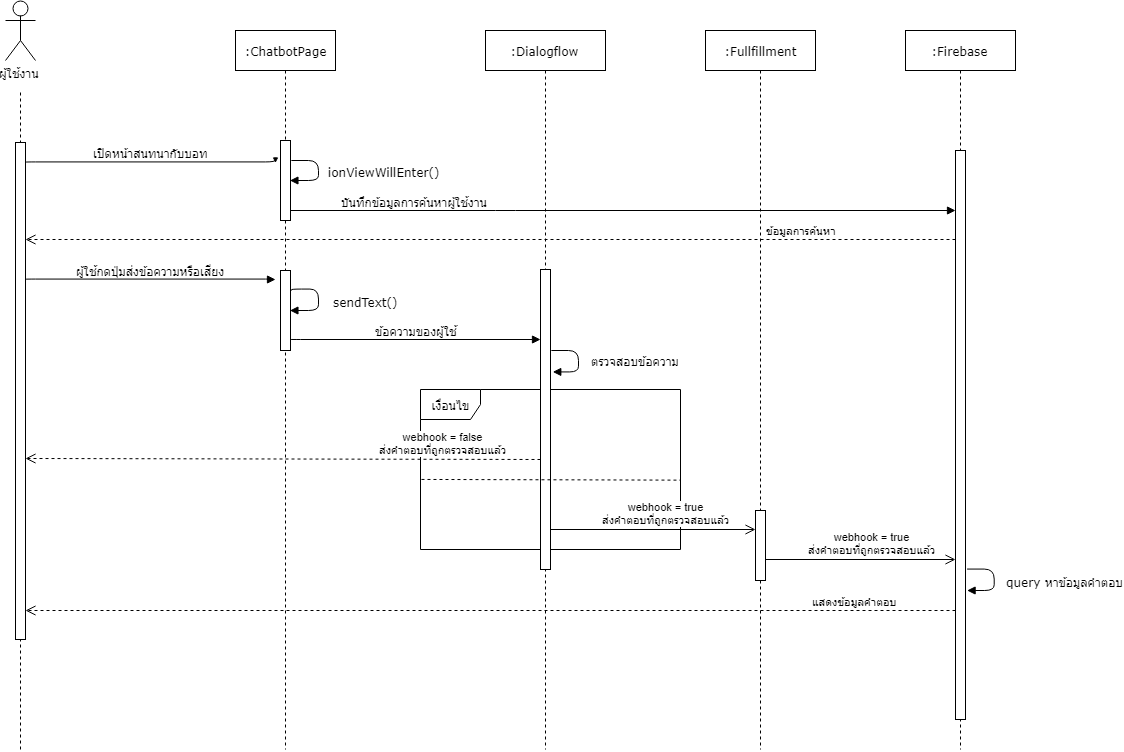
Inwfour/Latex keeps this draw.io diagram as Document/Latex/Figures/3/Sequence/chatbot.png. Above is the earlier version. Source tidied: cells renumbered, new cells last; positions are measured from the earlier drawing's top-left corner, leaving out a move shared by most shapes.
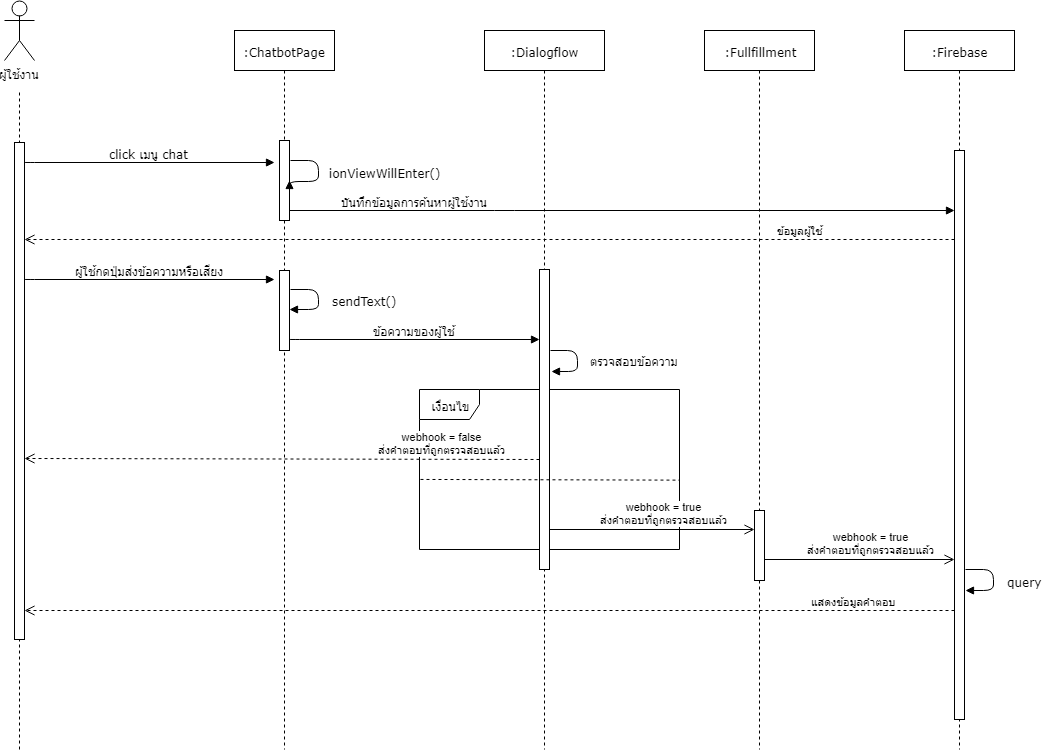
Above is the later version.

The edit, as a diff of the source:
```diff
@@ -29,7 +29,7 @@
     <mxCell id="9" style="html=1;perimeter=orthogonalPerimeter;rounded=0;shadow=0;comic=0;labelBackgroundColor=none;strokeColor=#000000;strokeWidth=1;fillColor=#FFFFFF;fontFamily=Verdana;fontSize=12;fontColor=#000000;align=center;" parent="8" vertex="1">
       <mxGeometry x="50" y="480" width="10" height="70" as="geometry" />
     </mxCell>
-    <mxCell id="10" value="เปิดหน้าสนทนากับบอท" style="html=1;verticalAlign=bottom;endArrow=block;labelBackgroundColor=none;fontFamily=Verdana;fontSize=12;edgeStyle=elbowEdgeStyle;elbow=vertical;" parent="1" edge="1">
+    <mxCell id="10" value="click เมนู chat" style="html=1;verticalAlign=bottom;endArrow=block;labelBackgroundColor=none;fontFamily=Verdana;fontSize=12;edgeStyle=elbowEdgeStyle;elbow=vertical;" parent="1" edge="1">
       <mxGeometry relative="1" as="geometry">
         <mxPoint x="20" y="161.9" as="sourcePoint" />
         <mxPoint x="270" y="162" as="targetPoint" />
@@ -64,7 +64,7 @@
         <mxPoint x="67" y="67" as="offset" />
       </mxGeometry>
     </mxCell>
-    <mxCell id="16" value="ข้อมูลการค้นหา" style="html=1;verticalAlign=bottom;endArrow=open;dashed=1;endSize=8;" parent="1" edge="1" target="13">
+    <mxCell id="16" value="ข้อมูลผู้ใช้" style="html=1;verticalAlign=bottom;endArrow=open;dashed=1;endSize=8;" parent="1" edge="1" target="13">
       <mxGeometry x="-0.67" relative="1" as="geometry">
         <mxPoint x="950" y="239" as="sourcePoint" />
       </mxGeometry>
@@ -135,14 +135,14 @@
         <mxPoint x="950" y="559" as="targetPoint" />
       </mxGeometry>
     </mxCell>
-    <mxCell id="27" value="query หาข้อมูลคำตอบ" style="html=1;verticalAlign=bottom;endArrow=block;labelBackgroundColor=none;fontFamily=Verdana;fontSize=12;edgeStyle=orthogonalEdgeStyle;elbow=vertical;exitX=1.183;exitY=0.2;exitDx=0;exitDy=0;exitPerimeter=0;entryX=1.109;entryY=0.773;entryDx=0;entryDy=0;entryPerimeter=0;" parent="1" edge="1" target="23">
-      <mxGeometry x="0.27" y="-71" relative="1" as="geometry">
+    <mxCell id="27" value="query" style="html=1;verticalAlign=bottom;endArrow=block;labelBackgroundColor=none;fontFamily=Verdana;fontSize=12;edgeStyle=orthogonalEdgeStyle;elbow=vertical;exitX=1.183;exitY=0.2;exitDx=0;exitDy=0;exitPerimeter=0;entryX=1.109;entryY=0.773;entryDx=0;entryDy=0;entryPerimeter=0;" parent="1" edge="1" target="23">
+      <mxGeometry x="0.27" y="-31" relative="1" as="geometry">
         <mxPoint x="961" y="569.2" as="sourcePoint" />
         <Array as="points">
           <mxPoint x="989" y="569" />
           <mxPoint x="989" y="590" />
         </Array>
-        <mxPoint x="71" y="71" as="offset" />
+        <mxPoint x="31" y="31" as="offset" />
       </mxGeometry>
     </mxCell>
     <mxCell id="28" value="แสดงข้อมูลคำตอบ" style="html=1;verticalAlign=bottom;endArrow=open;dashed=1;endSize=8;" parent="1" edge="1" target="13">
```
